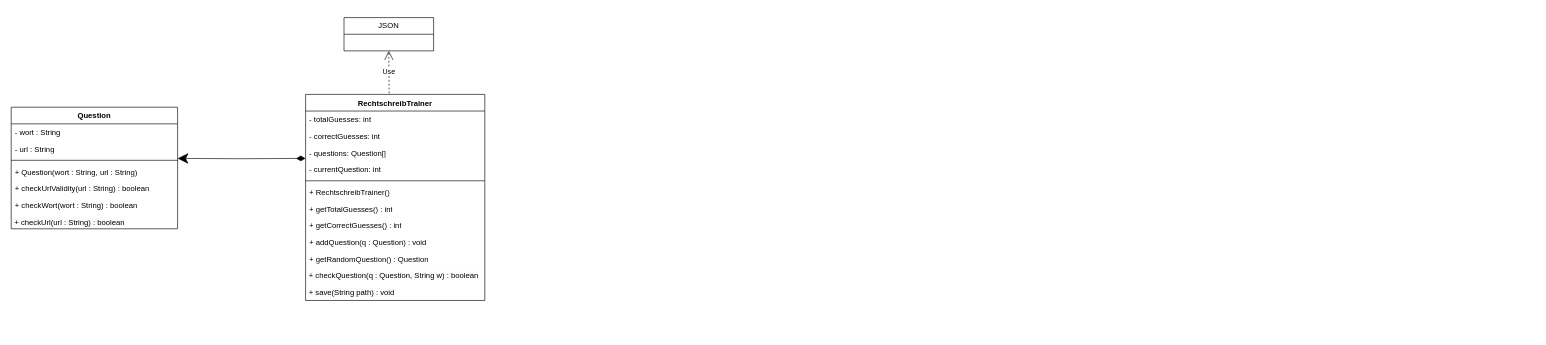
Above: Worttrainer.drawio in TGM-HIT/sew9-2425-worttrainer-ahujaankush (draw.io), before the change. Source tidied: cells renumbered, new cells numbered last; positions are measured from the earlier drawing's top-left corner, leaving out a move shared by most shapes. Both pictures are drawn from the tidied source at 64%, with x=0, y=0 at pixel (11, 17).
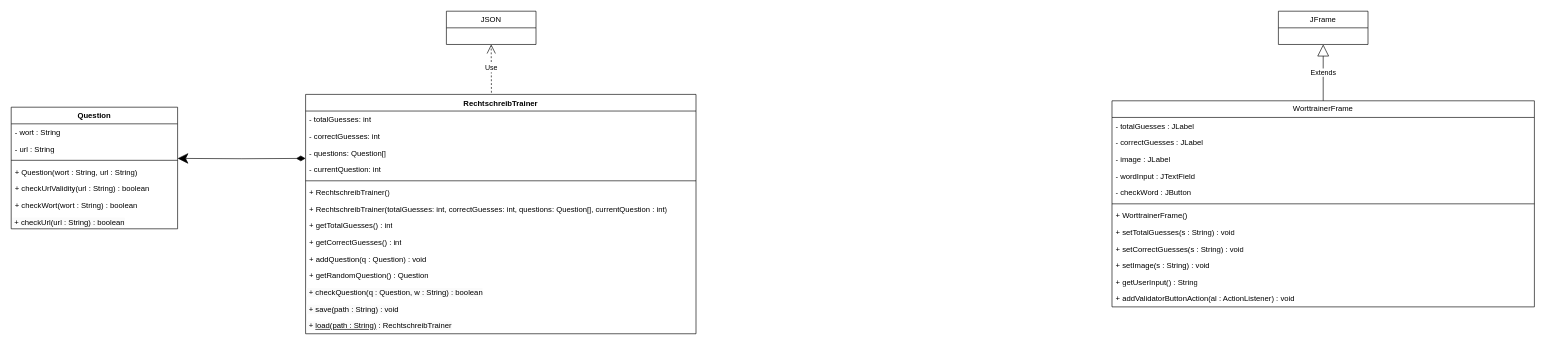
The same diagram, later.

Commit message (it also covers changes not shown here):
UML :  WorttrainerFrame

Change to the diagram source:
```diff
@@
     <mxCell id="10" value="RechtschreibTrainer" style="swimlane;fontStyle=1;align=center;verticalAlign=top;horizontal=1;startSize=26;whiteSpace=wrap;html=1;" parent="1" vertex="1">
-      <mxGeometry x="460" y="120" width="280" height="322" as="geometry" />
+      <mxGeometry x="460" y="120" width="610" height="374" as="geometry" />
     </mxCell>
     <mxCell id="11" value="- totalGuesses: int" style="text;strokeColor=none;fillColor=none;align=left;verticalAlign=top;spacingLeft=4;spacingRight=4;overflow=hidden;whiteSpace=wrap;html=1;" parent="10" vertex="1">
-      <mxGeometry y="26" width="280" height="26" as="geometry" />
+      <mxGeometry y="26" width="610" height="26" as="geometry" />
     </mxCell>
     <mxCell id="12" value="- correctGuesses: int" style="text;strokeColor=none;fillColor=none;align=left;verticalAlign=top;spacingLeft=4;spacingRight=4;overflow=hidden;whiteSpace=wrap;html=1;" parent="10" vertex="1">
-      <mxGeometry y="52" width="280" height="26" as="geometry" />
+      <mxGeometry y="52" width="610" height="26" as="geometry" />
     </mxCell>
     <mxCell id="13" value="- questions: Question[]" style="text;strokeColor=none;fillColor=none;align=left;verticalAlign=top;spacingLeft=4;spacingRight=4;overflow=hidden;points=[[0,0.5],[1,0.5]];portConstraint=eastwest;whiteSpace=wrap;html=1;" parent="10" vertex="1">
-      <mxGeometry y="78" width="280" height="26" as="geometry" />
+      <mxGeometry y="78" width="610" height="26" as="geometry" />
     </mxCell>
     <mxCell id="14" value="- currentQuestion: int" style="text;strokeColor=none;fillColor=none;align=left;verticalAlign=top;spacingLeft=4;spacingRight=4;overflow=hidden;whiteSpace=wrap;html=1;" parent="10" vertex="1">
-      <mxGeometry y="104" width="280" height="26" as="geometry" />
+      <mxGeometry y="104" width="610" height="26" as="geometry" />
     </mxCell>
     <mxCell id="15" style="line;strokeWidth=1;fillColor=none;align=left;verticalAlign=middle;spacingTop=-1;spacingLeft=3;spacingRight=3;labelPosition=right;strokeColor=inherit;" parent="10" vertex="1">
-      <mxGeometry y="130" width="280" height="10" as="geometry" />
+      <mxGeometry y="130" width="610" height="10" as="geometry" />
     </mxCell>
     <mxCell id="16" value="+ RechtschreibTrainer()" style="text;strokeColor=none;fillColor=none;align=left;verticalAlign=top;spacingLeft=4;spacingRight=4;overflow=hidden;whiteSpace=wrap;html=1;" parent="10" vertex="1">
-      <mxGeometry y="140" width="280" height="26" as="geometry" />
+      <mxGeometry y="140" width="610" height="26" as="geometry" />
     </mxCell>
+    <mxCell id="26" value="+ RechtschreibTrainer(totalGuesses: int, correctGuesses: int, questions: Question[], currentQuestion : int)" style="text;strokeColor=none;fillColor=none;align=left;verticalAlign=top;spacingLeft=4;spacingRight=4;overflow=hidden;whiteSpace=wrap;html=1;" parent="10" vertex="1">
+      <mxGeometry y="166" width="610" height="26" as="geometry" />
+    </mxCell>
     <mxCell id="17" value="+ getTotalGuesses() : int" style="text;strokeColor=none;fillColor=none;align=left;verticalAlign=top;spacingLeft=4;spacingRight=4;overflow=hidden;whiteSpace=wrap;html=1;" parent="10" vertex="1">
-      <mxGeometry y="166" width="280" height="26" as="geometry" />
+      <mxGeometry y="192" width="610" height="26" as="geometry" />
     </mxCell>
     <mxCell id="18" value="+ getCorrectGuesses() : int" style="text;strokeColor=none;fillColor=none;align=left;verticalAlign=top;spacingLeft=4;spacingRight=4;overflow=hidden;whiteSpace=wrap;html=1;" parent="10" vertex="1">
-      <mxGeometry y="192" width="280" height="26" as="geometry" />
+      <mxGeometry y="218" width="610" height="26" as="geometry" />
     </mxCell>
     <mxCell id="19" value="+ addQuestion(q : Question) : void" style="text;strokeColor=none;fillColor=none;align=left;verticalAlign=top;spacingLeft=4;spacingRight=4;overflow=hidden;whiteSpace=wrap;html=1;" parent="10" vertex="1">
-      <mxGeometry y="218" width="280" height="26" as="geometry" />
+      <mxGeometry y="244" width="610" height="26" as="geometry" />
     </mxCell>
     <mxCell id="20" value="+ getRandomQuestion() : Question" style="text;strokeColor=none;fillColor=none;align=left;verticalAlign=top;spacingLeft=4;spacingRight=4;overflow=hidden;whiteSpace=wrap;html=1;" parent="10" vertex="1">
-      <mxGeometry y="244" width="280" height="26" as="geometry" />
+      <mxGeometry y="270" width="610" height="26" as="geometry" />
     </mxCell>
-    <mxCell id="21" value="&lt;span style=&quot;color: rgb(0, 0, 0); font-family: Helvetica; font-size: 12px; font-style: normal; font-variant-ligatures: normal; font-variant-caps: normal; font-weight: 400; letter-spacing: normal; orphans: 2; text-align: left; text-indent: 0px; text-transform: none; widows: 2; word-spacing: 0px; -webkit-text-stroke-width: 0px; white-space: normal; background-color: rgb(251, 251, 251); text-decoration-thickness: initial; text-decoration-style: initial; text-decoration-color: initial; display: inline !important; float: none;&quot;&gt;&amp;nbsp;+ checkQuestion(q : Question, String w) : boolean&lt;/span&gt;" style="text;whiteSpace=wrap;html=1;" parent="10" vertex="1">
-      <mxGeometry y="270" width="280" height="26" as="geometry" />
+    <mxCell id="21" value="&lt;span style=&quot;color: rgb(0, 0, 0); font-family: Helvetica; font-size: 12px; font-style: normal; font-variant-ligatures: normal; font-variant-caps: normal; font-weight: 400; letter-spacing: normal; orphans: 2; text-align: left; text-indent: 0px; text-transform: none; widows: 2; word-spacing: 0px; -webkit-text-stroke-width: 0px; white-space: normal; background-color: rgb(251, 251, 251); text-decoration-thickness: initial; text-decoration-style: initial; text-decoration-color: initial; display: inline !important; float: none;&quot;&gt;&amp;nbsp;+ checkQuestion(q : Question, w : String) : boolean&lt;/span&gt;" style="text;whiteSpace=wrap;html=1;" parent="10" vertex="1">
+      <mxGeometry y="296" width="610" height="26" as="geometry" />
     </mxCell>
-    <mxCell id="22" value="&lt;span style=&quot;color: rgb(0, 0, 0); font-family: Helvetica; font-size: 12px; font-style: normal; font-variant-ligatures: normal; font-variant-caps: normal; font-weight: 400; letter-spacing: normal; orphans: 2; text-align: left; text-indent: 0px; text-transform: none; widows: 2; word-spacing: 0px; -webkit-text-stroke-width: 0px; white-space: normal; background-color: rgb(251, 251, 251); text-decoration-thickness: initial; text-decoration-style: initial; text-decoration-color: initial; display: inline !important; float: none;&quot;&gt;&amp;nbsp;+ save(String path) : void&lt;/span&gt;" style="text;whiteSpace=wrap;html=1;" parent="10" vertex="1">
-      <mxGeometry y="296" width="280" height="26" as="geometry" />
+    <mxCell id="22" value="&lt;span style=&quot;color: rgb(0, 0, 0); font-family: Helvetica; font-size: 12px; font-style: normal; font-variant-ligatures: normal; font-variant-caps: normal; font-weight: 400; letter-spacing: normal; orphans: 2; text-align: left; text-indent: 0px; text-transform: none; widows: 2; word-spacing: 0px; -webkit-text-stroke-width: 0px; white-space: normal; background-color: rgb(251, 251, 251); text-decoration-thickness: initial; text-decoration-style: initial; text-decoration-color: initial; display: inline !important; float: none;&quot;&gt;&amp;nbsp;+ save(path : String) : void&lt;/span&gt;" style="text;whiteSpace=wrap;html=1;" parent="10" vertex="1">
+      <mxGeometry y="322" width="610" height="26" as="geometry" />
     </mxCell>
+    <mxCell id="27" value="&lt;span style=&quot;color: rgb(0, 0, 0); font-family: Helvetica; font-size: 12px; font-style: normal; font-variant-ligatures: normal; font-variant-caps: normal; font-weight: 400; letter-spacing: normal; orphans: 2; text-align: left; text-indent: 0px; text-transform: none; widows: 2; word-spacing: 0px; -webkit-text-stroke-width: 0px; white-space: normal; background-color: rgb(251, 251, 251); text-decoration-thickness: initial; text-decoration-style: initial; text-decoration-color: initial; display: inline !important; float: none;&quot;&gt;&amp;nbsp;+ &lt;u&gt;load(path : String)&lt;/u&gt; : RechtschreibTrainer&lt;/span&gt;" style="text;whiteSpace=wrap;html=1;" parent="10" vertex="1">
+      <mxGeometry y="348" width="610" height="26" as="geometry" />
+    </mxCell>
@@
     <mxCell id="24" value="JSON" style="swimlane;fontStyle=0;horizontal=1;startSize=26;fillColor=none;whiteSpace=wrap;html=1;" parent="1" vertex="1">
-      <mxGeometry x="520" width="140" height="52" as="geometry" />
+      <mxGeometry x="680" y="-10" width="140" height="52" as="geometry" />
     </mxCell>
-    <mxCell id="25" value="Use" style="endArrow=open;endSize=12;dashed=1;html=1;rounded=0;exitX=0.466;exitY=-0.005;exitDx=0;exitDy=0;exitPerimeter=0;entryX=0.5;entryY=1;entryDx=0;entryDy=0;" parent="1" edge="1" source="10" target="24">
+    <mxCell id="25" value="Use" style="endArrow=open;endSize=12;dashed=1;html=1;rounded=0;exitX=0.476;exitY=-0.007;exitDx=0;exitDy=0;exitPerimeter=0;entryX=0.5;entryY=1;entryDx=0;entryDy=0;" parent="1" edge="1" source="10" target="24">
       <mxGeometry relative="1" as="geometry" />
     </mxCell>
+    <mxCell id="28" value="WorttrainerFrame" style="swimlane;fontStyle=0;horizontal=1;startSize=26;fillColor=none;whiteSpace=wrap;html=1;" parent="1" vertex="1">
+      <mxGeometry x="1720" y="130" width="660" height="322" as="geometry" />
+    </mxCell>
+    <mxCell id="29" value="- totalGuesses : JLabel" style="text;strokeColor=none;fillColor=none;align=left;verticalAlign=top;spacingLeft=4;spacingRight=4;overflow=hidden;whiteSpace=wrap;html=1;" parent="28" vertex="1">
+      <mxGeometry y="26" width="660" height="26" as="geometry" />
+    </mxCell>
+    <mxCell id="30" value="- correctGuesses : JLabel" style="text;strokeColor=none;fillColor=none;align=left;verticalAlign=top;spacingLeft=4;spacingRight=4;overflow=hidden;whiteSpace=wrap;html=1;" parent="28" vertex="1">
+      <mxGeometry y="52" width="660" height="26" as="geometry" />
+    </mxCell>
+    <mxCell id="31" value="- image : JLabel" style="text;strokeColor=none;fillColor=none;align=left;verticalAlign=top;spacingLeft=4;spacingRight=4;overflow=hidden;whiteSpace=wrap;html=1;" parent="28" vertex="1">
+      <mxGeometry y="78" width="660" height="26" as="geometry" />
+    </mxCell>
+    <mxCell id="32" value="- wordInput : JTextField" style="text;strokeColor=none;fillColor=none;align=left;verticalAlign=top;spacingLeft=4;spacingRight=4;overflow=hidden;whiteSpace=wrap;html=1;" parent="28" vertex="1">
+      <mxGeometry y="104" width="660" height="26" as="geometry" />
+    </mxCell>
+    <mxCell id="33" value="- checkWord : JButton" style="text;strokeColor=none;fillColor=none;align=left;verticalAlign=top;spacingLeft=4;spacingRight=4;overflow=hidden;whiteSpace=wrap;html=1;" parent="28" vertex="1">
+      <mxGeometry y="130" width="660" height="26" as="geometry" />
+    </mxCell>
+    <mxCell id="34" style="line;strokeWidth=1;fillColor=none;align=left;verticalAlign=middle;spacingTop=-1;spacingLeft=3;spacingRight=3;labelPosition=right;strokeColor=inherit;" parent="28" vertex="1">
+      <mxGeometry y="156" width="660" height="10" as="geometry" />
+    </mxCell>
+    <mxCell id="35" value="+&amp;nbsp;&lt;span style=&quot;text-align: center;&quot;&gt;WorttrainerFrame&lt;/span&gt;()" style="text;strokeColor=none;fillColor=none;align=left;verticalAlign=top;spacingLeft=4;spacingRight=4;overflow=hidden;whiteSpace=wrap;html=1;" parent="28" vertex="1">
+      <mxGeometry y="166" width="660" height="26" as="geometry" />
+    </mxCell>
+    <mxCell id="36" value="+ setTotalGuesses(s : String) : void" style="text;strokeColor=none;fillColor=none;align=left;verticalAlign=top;spacingLeft=4;spacingRight=4;overflow=hidden;whiteSpace=wrap;html=1;" parent="28" vertex="1">
+      <mxGeometry y="192" width="660" height="26" as="geometry" />
+    </mxCell>
+    <mxCell id="37" value="+ setCorrectGuesses(s : String) : void" style="text;strokeColor=none;fillColor=none;align=left;verticalAlign=top;spacingLeft=4;spacingRight=4;overflow=hidden;whiteSpace=wrap;html=1;" parent="28" vertex="1">
+      <mxGeometry y="218" width="660" height="26" as="geometry" />
+    </mxCell>
+    <mxCell id="38" value="+ setImage(s : String) : void" style="text;strokeColor=none;fillColor=none;align=left;verticalAlign=top;spacingLeft=4;spacingRight=4;overflow=hidden;whiteSpace=wrap;html=1;" parent="28" vertex="1">
+      <mxGeometry y="244" width="660" height="26" as="geometry" />
+    </mxCell>
+    <mxCell id="39" value="+ getUserInput() : String" style="text;strokeColor=none;fillColor=none;align=left;verticalAlign=top;spacingLeft=4;spacingRight=4;overflow=hidden;whiteSpace=wrap;html=1;" parent="28" vertex="1">
+      <mxGeometry y="270" width="660" height="26" as="geometry" />
+    </mxCell>
+    <mxCell id="40" value="+ addValidatorButtonAction(al : ActionListener) : void" style="text;strokeColor=none;fillColor=none;align=left;verticalAlign=top;spacingLeft=4;spacingRight=4;overflow=hidden;whiteSpace=wrap;html=1;" parent="28" vertex="1">
+      <mxGeometry y="296" width="660" height="26" as="geometry" />
+    </mxCell>
+    <mxCell id="41" value="JFrame" style="swimlane;fontStyle=0;horizontal=1;startSize=26;fillColor=none;whiteSpace=wrap;html=1;" parent="1" vertex="1">
+      <mxGeometry x="1980" y="-10" width="140" height="52" as="geometry" />
+    </mxCell>
+    <mxCell id="42" value="Extends" style="endArrow=block;endSize=16;endFill=0;html=1;rounded=0;exitX=0.5;exitY=0;exitDx=0;exitDy=0;entryX=0.5;entryY=1;entryDx=0;entryDy=0;" parent="1" edge="1" source="28" target="41">
+      <mxGeometry relative="1" as="geometry" />
+    </mxCell>
```
